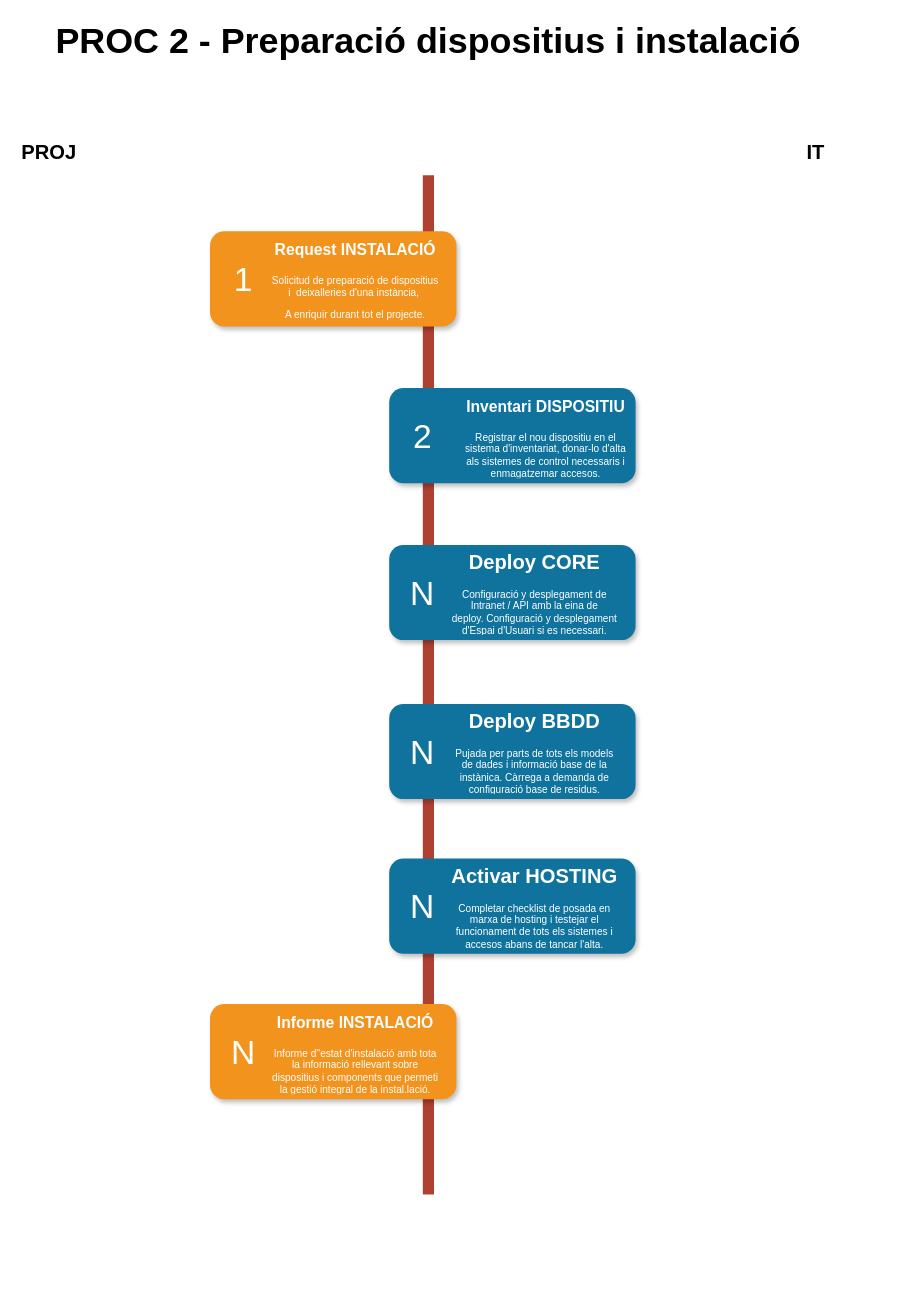
The draw.io diagram proc_2.drawio in drubio-moba/diagramas, before the edit. Source tidied: cells renumbered, new cells numbered last; positions are measured from the earlier drawing's top-left corner, leaving out a move shared by most shapes. Both pictures are drawn from the tidied source at 112%, with x=0, y=0 at pixel (19, 29).
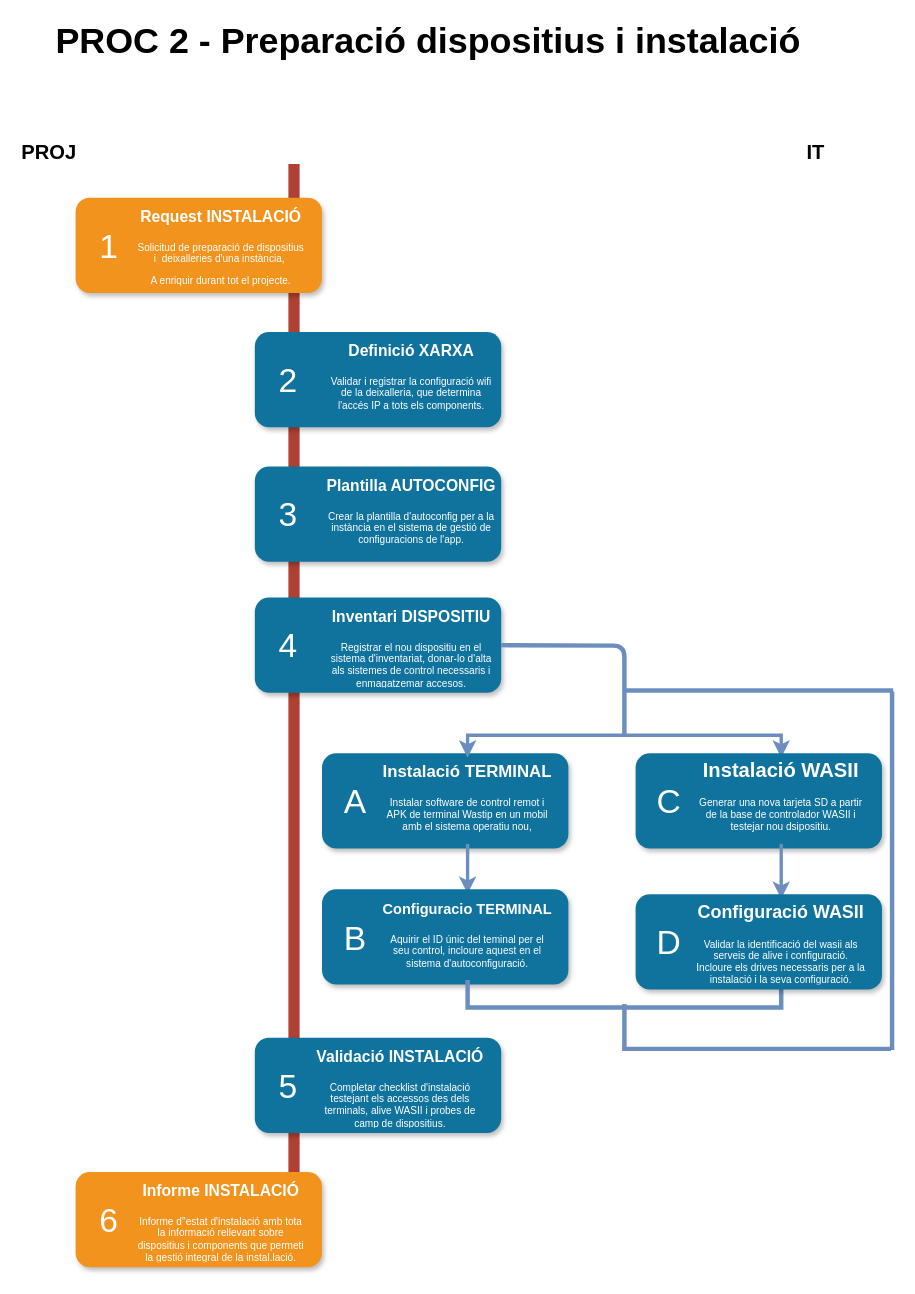
After the change.

Diff of the diagram source:
```diff
@@
     <mxCell id="2" style="line;strokeWidth=10;direction=south;html=1;fillColor=none;fontSize=13;fontColor=#000000;align=center;strokeColor=#AE4132;" parent="1" vertex="1">
-      <mxGeometry x="360" y="130" width="10" height="910" as="geometry" />
+      <mxGeometry x="240" y="120" width="10" height="910" as="geometry" />
     </mxCell>
     <mxCell id="3" style="rounded=1;whiteSpace=wrap;html=1;strokeColor=none;strokeWidth=1;fillColor=#F2931E;fontSize=13;fontColor=#FFFFFF;align=center;gradientColor=none;gradientDirection=east;verticalAlign=top;shadow=1;" parent="1" vertex="1">
-      <mxGeometry x="170" y="180" width="220" height="85" as="geometry" />
+      <mxGeometry x="50" y="150" width="220" height="85" as="geometry" />
     </mxCell>
     <mxCell id="4" value="1" style="text;html=1;strokeColor=none;fillColor=none;align=center;verticalAlign=middle;whiteSpace=wrap;fontSize=30;fontColor=#FFFFFF;" parent="1" vertex="1">
-      <mxGeometry x="180" y="213" width="40" height="20" as="geometry" />
+      <mxGeometry x="60" y="183" width="40" height="20" as="geometry" />
     </mxCell>
     <mxCell id="5" style="rounded=1;whiteSpace=wrap;html=1;strokeColor=none;strokeWidth=1;fillColor=#10739E;fontSize=13;fontColor=#FFFFFF;align=center;gradientColor=none;gradientDirection=east;verticalAlign=top;shadow=1;" parent="1" vertex="1">
-      <mxGeometry x="330" y="320" width="220" height="85" as="geometry" />
+      <mxGeometry x="210" y="507" width="220" height="85" as="geometry" />
     </mxCell>
-    <mxCell id="6" value="2" style="text;html=1;strokeColor=none;fillColor=none;align=center;verticalAlign=middle;whiteSpace=wrap;fontSize=30;fontColor=#FFFFFF;" parent="1" vertex="1">
-      <mxGeometry x="340" y="353" width="40" height="20" as="geometry" />
+    <mxCell id="6" value="4" style="text;html=1;strokeColor=none;fillColor=none;align=center;verticalAlign=middle;whiteSpace=wrap;fontSize=30;fontColor=#FFFFFF;" parent="1" vertex="1">
+      <mxGeometry x="220" y="540" width="40" height="20" as="geometry" />
     </mxCell>
     <mxCell id="7" style="rounded=1;whiteSpace=wrap;html=1;strokeColor=none;strokeWidth=1;fillColor=#10739E;fontSize=13;fontColor=#FFFFFF;align=center;gradientColor=none;gradientDirection=east;verticalAlign=top;shadow=1;" parent="1" vertex="1">
-      <mxGeometry x="330" y="460" width="220" height="85" as="geometry" />
+      <mxGeometry x="270" y="646" width="220" height="85" as="geometry" />
     </mxCell>
-    <mxCell id="8" value="N" style="text;html=1;strokeColor=none;fillColor=none;align=center;verticalAlign=middle;whiteSpace=wrap;fontSize=30;fontColor=#FFFFFF;" parent="1" vertex="1">
-      <mxGeometry x="340" y="493" width="40" height="20" as="geometry" />
+    <mxCell id="8" value="A" style="text;html=1;strokeColor=none;fillColor=none;align=center;verticalAlign=middle;whiteSpace=wrap;fontSize=30;fontColor=#FFFFFF;" parent="1" vertex="1">
+      <mxGeometry x="280" y="679" width="40" height="20" as="geometry" />
     </mxCell>
     <mxCell id="9" style="rounded=1;whiteSpace=wrap;html=1;strokeColor=none;strokeWidth=1;fillColor=#F2931E;fontSize=13;fontColor=#FFFFFF;align=center;gradientColor=none;gradientDirection=east;verticalAlign=top;shadow=1;" parent="1" vertex="1">
-      <mxGeometry x="170" y="870" width="220" height="85" as="geometry" />
+      <mxGeometry x="50" y="1020" width="220" height="85" as="geometry" />
     </mxCell>
-    <mxCell id="10" value="N" style="text;html=1;strokeColor=none;fillColor=none;align=center;verticalAlign=middle;whiteSpace=wrap;fontSize=30;fontColor=#FFFFFF;" parent="1" vertex="1">
-      <mxGeometry x="180" y="903" width="40" height="20" as="geometry" />
+    <mxCell id="10" value="6" style="text;html=1;strokeColor=none;fillColor=none;align=center;verticalAlign=middle;whiteSpace=wrap;fontSize=30;fontColor=#FFFFFF;" parent="1" vertex="1">
+      <mxGeometry x="60" y="1053" width="40" height="20" as="geometry" />
     </mxCell>
     <mxCell id="11" style="rounded=1;whiteSpace=wrap;html=1;strokeColor=none;strokeWidth=1;fillColor=#10739E;fontSize=13;fontColor=#FFFFFF;align=center;gradientColor=none;gradientDirection=east;verticalAlign=top;shadow=1;" parent="1" vertex="1">
-      <mxGeometry x="330" y="740" width="220" height="85" as="geometry" />
+      <mxGeometry x="210" y="900" width="220" height="85" as="geometry" />
     </mxCell>
-    <mxCell id="12" value="N" style="text;html=1;strokeColor=none;fillColor=none;align=center;verticalAlign=middle;whiteSpace=wrap;fontSize=30;fontColor=#FFFFFF;" parent="1" vertex="1">
-      <mxGeometry x="340" y="773" width="40" height="20" as="geometry" />
+    <mxCell id="12" value="5" style="text;html=1;strokeColor=none;fillColor=none;align=center;verticalAlign=middle;whiteSpace=wrap;fontSize=30;fontColor=#FFFFFF;" parent="1" vertex="1">
+      <mxGeometry x="220" y="933" width="40" height="20" as="geometry" />
     </mxCell>
     <mxCell id="13" value="&lt;h1&gt;&lt;font style=&quot;font-size: 14px&quot;&gt;Request INSTALACIÓ&lt;/font&gt;&lt;/h1&gt;&lt;p&gt;Solicitud de preparació de dispositius i&amp;nbsp; deixalleries d'una instància,&amp;nbsp;&lt;/p&gt;&lt;p&gt;A enriquir durant tot el projecte.&lt;/p&gt;&lt;p&gt;&lt;br&gt;&lt;/p&gt;" style="text;html=1;spacing=5;spacingTop=-20;whiteSpace=wrap;overflow=hidden;strokeColor=none;strokeWidth=4;fillColor=none;gradientColor=#007FFF;fontSize=9;fontColor=#FFFFFF;align=center;" parent="1" vertex="1">
-      <mxGeometry x="220" y="184" width="160" height="77" as="geometry" />
+      <mxGeometry x="100" y="154" width="160" height="77" as="geometry" />
     </mxCell>
     <mxCell id="14" value="&lt;h1&gt;&lt;font style=&quot;font-size: 14px&quot;&gt;Inventari DISPOSITIU&lt;/font&gt;&lt;/h1&gt;&lt;p&gt;Registrar el nou dispositiu en el sistema d'inventariat, donar-lo d'alta als sistemes de control necessaris i enmagatzemar accesos.&lt;/p&gt;" style="text;html=1;spacing=5;spacingTop=-20;whiteSpace=wrap;overflow=hidden;strokeColor=none;strokeWidth=4;fillColor=none;gradientColor=#007FFF;fontSize=9;fontColor=#FFFFFF;align=center;" parent="1" vertex="1">
-      <mxGeometry x="390" y="324" width="160" height="77" as="geometry" />
+      <mxGeometry x="270" y="511" width="160" height="77" as="geometry" />
     </mxCell>
+    <mxCell id="24" style="edgeStyle=orthogonalEdgeStyle;rounded=0;jettySize=auto;html=1;entryX=0.5;entryY=0;entryDx=0;entryDy=0;fillColor=#dae8fc;strokeColor=#6c8ebf;strokeWidth=3;" parent="1" edge="1" source="15" target="22">
+      <mxGeometry relative="1" as="geometry" />
+    </mxCell>
+    <mxCell id="25" style="edgeStyle=orthogonalEdgeStyle;rounded=0;jettySize=auto;html=1;entryX=0.5;entryY=0;entryDx=0;entryDy=0;exitX=0.5;exitY=0;exitDx=0;exitDy=0;startArrow=classic;startFill=1;strokeWidth=3;fillColor=#dae8fc;strokeColor=#6c8ebf;" parent="1" edge="1" source="15" target="30">
+      <mxGeometry relative="1" as="geometry" />
+    </mxCell>
-    <mxCell id="15" value="&lt;h1&gt;Deploy CORE&lt;/h1&gt;&lt;p&gt;Configuració y desplegament de Intranet / API amb la eina de deploy.&amp;nbsp;&lt;span&gt;Configuració y desplegament d'Espai d'Usuari si es necessari.&lt;/span&gt;&lt;/p&gt;" style="text;html=1;spacing=5;spacingTop=-20;whiteSpace=wrap;overflow=hidden;strokeColor=none;strokeWidth=4;fillColor=none;gradientColor=#007FFF;fontSize=9;fontColor=#FFFFFF;align=center;" parent="1" vertex="1">
-      <mxGeometry x="380" y="464" width="160" height="77" as="geometry" />
+    <mxCell id="15" value="&lt;h1&gt;&lt;font style=&quot;font-size: 15px&quot;&gt;Instalació TERMINAL&lt;/font&gt;&lt;/h1&gt;&lt;p&gt;Instalar software de control remot i APK de terminal Wastip en un mobil amb el sistema operatiu nou,&lt;/p&gt;&lt;p&gt;&lt;br&gt;&lt;/p&gt;" style="text;html=1;spacing=5;spacingTop=-20;whiteSpace=wrap;overflow=hidden;strokeColor=none;strokeWidth=4;fillColor=none;gradientColor=#007FFF;fontSize=9;fontColor=#FFFFFF;align=center;" parent="1" vertex="1">
+      <mxGeometry x="320" y="650" width="160" height="77" as="geometry" />
     </mxCell>
     <mxCell id="16" value="&lt;h1&gt;&lt;font style=&quot;font-size: 14px&quot;&gt;Informe INSTALACIÓ&lt;/font&gt;&lt;/h1&gt;&lt;p&gt;Informe d''estat d'instalació amb tota la informació rellevant sobre dispositius i components que permeti la gestió integral de la instal.lació.&lt;/p&gt;" style="text;html=1;spacing=5;spacingTop=-20;whiteSpace=wrap;overflow=hidden;strokeColor=none;strokeWidth=4;fillColor=none;gradientColor=#007FFF;fontSize=9;fontColor=#FFFFFF;align=center;" parent="1" vertex="1">
-      <mxGeometry x="220" y="874" width="160" height="77" as="geometry" />
+      <mxGeometry x="100" y="1024" width="160" height="77" as="geometry" />
     </mxCell>
-    <mxCell id="17" value="&lt;h1&gt;Activar HOSTING&lt;/h1&gt;&lt;p&gt;Completar checklist de posada en marxa de hosting i testejar el funcionament de tots els sistemes i accesos abans de tancar l'alta.&lt;/p&gt;" style="text;html=1;spacing=5;spacingTop=-20;whiteSpace=wrap;overflow=hidden;strokeColor=none;strokeWidth=4;fillColor=none;gradientColor=#007FFF;fontSize=9;fontColor=#FFFFFF;align=center;" parent="1" vertex="1">
-      <mxGeometry x="380" y="744" width="160" height="77" as="geometry" />
+    <mxCell id="17" value="&lt;h1&gt;&lt;font style=&quot;font-size: 14px&quot;&gt;Validació INSTALACIÓ&lt;/font&gt;&lt;/h1&gt;&lt;p&gt;Completar checklist d'instalació testejant els accessos des dels terminals, alive WASII i probes de camp de dispositius.&lt;/p&gt;" style="text;html=1;spacing=5;spacingTop=-20;whiteSpace=wrap;overflow=hidden;strokeColor=none;strokeWidth=4;fillColor=none;gradientColor=#007FFF;fontSize=9;fontColor=#FFFFFF;align=center;" parent="1" vertex="1">
+      <mxGeometry x="260" y="904" width="160" height="77" as="geometry" />
     </mxCell>
@@
     <mxCell id="20" style="rounded=1;whiteSpace=wrap;html=1;strokeColor=none;strokeWidth=1;fillColor=#10739E;fontSize=13;fontColor=#FFFFFF;align=center;gradientColor=none;gradientDirection=east;verticalAlign=top;shadow=1;" parent="1" vertex="1">
-      <mxGeometry x="330" y="602" width="220" height="85" as="geometry" />
+      <mxGeometry x="270" y="767.5" width="220" height="85" as="geometry" />
     </mxCell>
-    <mxCell id="21" value="N" style="text;html=1;strokeColor=none;fillColor=none;align=center;verticalAlign=middle;whiteSpace=wrap;fontSize=30;fontColor=#FFFFFF;" parent="1" vertex="1">
-      <mxGeometry x="340" y="635" width="40" height="20" as="geometry" />
+    <mxCell id="21" value="B" style="text;html=1;strokeColor=none;fillColor=none;align=center;verticalAlign=middle;whiteSpace=wrap;fontSize=30;fontColor=#FFFFFF;" parent="1" vertex="1">
+      <mxGeometry x="280" y="800.5" width="40" height="20" as="geometry" />
     </mxCell>
+    <mxCell id="26" style="edgeStyle=orthogonalEdgeStyle;rounded=0;jettySize=auto;html=1;entryX=0.5;entryY=1;entryDx=0;entryDy=0;startArrow=none;startFill=0;strokeWidth=4;exitX=0.5;exitY=1;exitDx=0;exitDy=0;endArrow=none;endFill=0;fillColor=#dae8fc;strokeColor=#6c8ebf;" parent="1" edge="1" source="22" target="33">
+      <mxGeometry relative="1" as="geometry" />
+    </mxCell>
-    <mxCell id="22" value="&lt;h1&gt;Deploy BBDD&lt;/h1&gt;&lt;p&gt;Pujada per parts de tots els models de dades i informació base de la instànica. Càrrega a demanda de configuració base de residus.&lt;/p&gt;" style="text;html=1;spacing=5;spacingTop=-20;whiteSpace=wrap;overflow=hidden;strokeColor=none;strokeWidth=4;fillColor=none;gradientColor=#007FFF;fontSize=9;fontColor=#FFFFFF;align=center;" parent="1" vertex="1">
-      <mxGeometry x="380" y="606" width="160" height="77" as="geometry" />
+    <mxCell id="22" value="&lt;h1&gt;&lt;font style=&quot;font-size: 13px&quot;&gt;Configuracio TERMINAL&lt;/font&gt;&lt;/h1&gt;&lt;p&gt;Aquirir el ID únic del teminal per el seu control, incloure aquest en el sistema d'autoconfiguració.&lt;/p&gt;" style="text;html=1;spacing=5;spacingTop=-20;whiteSpace=wrap;overflow=hidden;strokeColor=none;strokeWidth=4;fillColor=none;gradientColor=#007FFF;fontSize=9;fontColor=#FFFFFF;align=center;" parent="1" vertex="1">
+      <mxGeometry x="320" y="771.5" width="160" height="77" as="geometry" />
     </mxCell>
@@
+    <mxCell id="27" style="rounded=1;whiteSpace=wrap;html=1;strokeColor=none;strokeWidth=1;fillColor=#10739E;fontSize=13;fontColor=#FFFFFF;align=center;gradientColor=none;gradientDirection=east;verticalAlign=top;shadow=1;" parent="1" vertex="1">
+      <mxGeometry x="550" y="646" width="220" height="85" as="geometry" />
+    </mxCell>
+    <mxCell id="28" value="C" style="text;html=1;strokeColor=none;fillColor=none;align=center;verticalAlign=middle;whiteSpace=wrap;fontSize=30;fontColor=#FFFFFF;" parent="1" vertex="1">
+      <mxGeometry x="560" y="679" width="40" height="20" as="geometry" />
+    </mxCell>
+    <mxCell id="29" style="edgeStyle=orthogonalEdgeStyle;rounded=0;jettySize=auto;html=1;entryX=0.5;entryY=0;entryDx=0;entryDy=0;fillColor=#dae8fc;strokeColor=#6c8ebf;strokeWidth=3;" parent="1" edge="1" source="30" target="33">
+      <mxGeometry relative="1" as="geometry" />
+    </mxCell>
+    <mxCell id="30" value="&lt;h1&gt;Instalació WASII&lt;/h1&gt;&lt;p&gt;Generar una nova tarjeta SD a partir de la base de controlador WASII i testejar nou dsipositiu.&lt;/p&gt;" style="text;html=1;spacing=5;spacingTop=-20;whiteSpace=wrap;overflow=hidden;strokeColor=none;strokeWidth=4;fillColor=none;gradientColor=#007FFF;fontSize=9;fontColor=#FFFFFF;align=center;" parent="1" vertex="1">
+      <mxGeometry x="600" y="650" width="160" height="77" as="geometry" />
+    </mxCell>
+    <mxCell id="31" style="rounded=1;whiteSpace=wrap;html=1;strokeColor=none;strokeWidth=1;fillColor=#10739E;fontSize=13;fontColor=#FFFFFF;align=center;gradientColor=none;gradientDirection=east;verticalAlign=top;shadow=1;" parent="1" vertex="1">
+      <mxGeometry x="550" y="772" width="220" height="85" as="geometry" />
+    </mxCell>
+    <mxCell id="32" value="D" style="text;html=1;strokeColor=none;fillColor=none;align=center;verticalAlign=middle;whiteSpace=wrap;fontSize=30;fontColor=#FFFFFF;" parent="1" vertex="1">
+      <mxGeometry x="560" y="805" width="40" height="20" as="geometry" />
+    </mxCell>
+    <mxCell id="33" value="&lt;h1&gt;&lt;font style=&quot;font-size: 16px&quot;&gt;Configuració WASII&lt;/font&gt;&lt;/h1&gt;&lt;p&gt;Validar la identificació del wasii als serveis de alive i configuració.&lt;br&gt;Incloure els drives necessaris per a la instalació i la seva configuració.&lt;/p&gt;" style="text;html=1;spacing=5;spacingTop=-20;whiteSpace=wrap;overflow=hidden;strokeColor=none;strokeWidth=4;fillColor=none;gradientColor=#007FFF;fontSize=9;fontColor=#FFFFFF;align=center;" parent="1" vertex="1">
+      <mxGeometry x="600" y="776" width="160" height="77" as="geometry" />
+    </mxCell>
+    <mxCell id="34" style="rounded=1;whiteSpace=wrap;html=1;strokeColor=none;strokeWidth=1;fillColor=#10739E;fontSize=13;fontColor=#FFFFFF;align=center;gradientColor=none;gradientDirection=east;verticalAlign=top;shadow=1;" parent="1" vertex="1">
+      <mxGeometry x="210" y="390" width="220" height="85" as="geometry" />
+    </mxCell>
+    <mxCell id="35" value="3" style="text;html=1;strokeColor=none;fillColor=none;align=center;verticalAlign=middle;whiteSpace=wrap;fontSize=30;fontColor=#FFFFFF;" parent="1" vertex="1">
+      <mxGeometry x="220" y="423" width="40" height="20" as="geometry" />
+    </mxCell>
+    <mxCell id="36" value="&lt;h1&gt;&lt;font style=&quot;font-size: 14px&quot;&gt;Plantilla AUTOCONFIG&lt;/font&gt;&lt;/h1&gt;&lt;p&gt;Crear la plantilla d'autoconfig per a la instància en el sistema de gestió de configuracions de l'app.&lt;/p&gt;" style="text;html=1;spacing=5;spacingTop=-20;whiteSpace=wrap;overflow=hidden;strokeColor=none;strokeWidth=4;fillColor=none;gradientColor=#007FFF;fontSize=9;fontColor=#FFFFFF;align=center;" parent="1" vertex="1">
+      <mxGeometry x="270" y="394" width="160" height="77" as="geometry" />
+    </mxCell>
+    <mxCell id="37" style="rounded=1;whiteSpace=wrap;html=1;strokeColor=none;strokeWidth=1;fillColor=#10739E;fontSize=13;fontColor=#FFFFFF;align=center;gradientColor=none;gradientDirection=east;verticalAlign=top;shadow=1;" parent="1" vertex="1">
+      <mxGeometry x="210" y="270" width="220" height="85" as="geometry" />
+    </mxCell>
+    <mxCell id="38" value="2" style="text;html=1;strokeColor=none;fillColor=none;align=center;verticalAlign=middle;whiteSpace=wrap;fontSize=30;fontColor=#FFFFFF;" parent="1" vertex="1">
+      <mxGeometry x="220" y="303" width="40" height="20" as="geometry" />
+    </mxCell>
+    <mxCell id="39" value="&lt;h1&gt;&lt;font style=&quot;font-size: 14px&quot;&gt;Definició XARXA&lt;/font&gt;&lt;/h1&gt;&lt;p&gt;Validar i registrar la configuració wifi de la deixalleria, que determina l'accés IP a tots els components.&lt;/p&gt;" style="text;html=1;spacing=5;spacingTop=-20;whiteSpace=wrap;overflow=hidden;strokeColor=none;strokeWidth=4;fillColor=none;gradientColor=#007FFF;fontSize=9;fontColor=#FFFFFF;align=center;" parent="1" vertex="1">
+      <mxGeometry x="270" y="274" width="160" height="77" as="geometry" />
+    </mxCell>
+    <mxCell id="40" style="endArrow=none;html=1;strokeWidth=4;exitX=1;exitY=0.5;exitDx=0;exitDy=0;fillColor=#dae8fc;strokeColor=#6c8ebf;endFill=0;" parent="1" edge="1" source="14">
+      <mxGeometry relative="1" as="geometry">
+        <mxPoint x="540" y="630" as="targetPoint" />
+        <Array as="points">
+          <mxPoint x="540" y="550" />
+        </Array>
+      </mxGeometry>
+    </mxCell>
+    <mxCell id="41" style="endArrow=none;html=1;strokeWidth=4;fillColor=#dae8fc;strokeColor=#6c8ebf;" parent="1" edge="1">
+      <mxGeometry relative="1" as="geometry">
+        <mxPoint x="540" y="910" as="sourcePoint" />
+        <mxPoint x="540" y="870" as="targetPoint" />
+      </mxGeometry>
+    </mxCell>
+    <mxCell id="42" style="endArrow=none;html=1;strokeWidth=4;fillColor=#dae8fc;strokeColor=#6c8ebf;" parent="1" edge="1">
+      <mxGeometry relative="1" as="geometry">
+        <mxPoint x="538" y="910" as="sourcePoint" />
+        <mxPoint x="778" y="910" as="targetPoint" />
+      </mxGeometry>
+    </mxCell>
+    <mxCell id="43" style="endArrow=none;html=1;strokeWidth=4;fillColor=#dae8fc;strokeColor=#6c8ebf;" parent="1" edge="1">
+      <mxGeometry relative="1" as="geometry">
+        <mxPoint x="779" y="911" as="sourcePoint" />
+        <mxPoint x="779" y="591" as="targetPoint" />
+      </mxGeometry>
+    </mxCell>
+    <mxCell id="44" style="endArrow=none;html=1;strokeWidth=4;fillColor=#dae8fc;strokeColor=#6c8ebf;" parent="1" edge="1">
+      <mxGeometry relative="1" as="geometry">
+        <mxPoint x="540" y="590" as="sourcePoint" />
+        <mxPoint x="780" y="590" as="targetPoint" />
+      </mxGeometry>
+    </mxCell>
```
